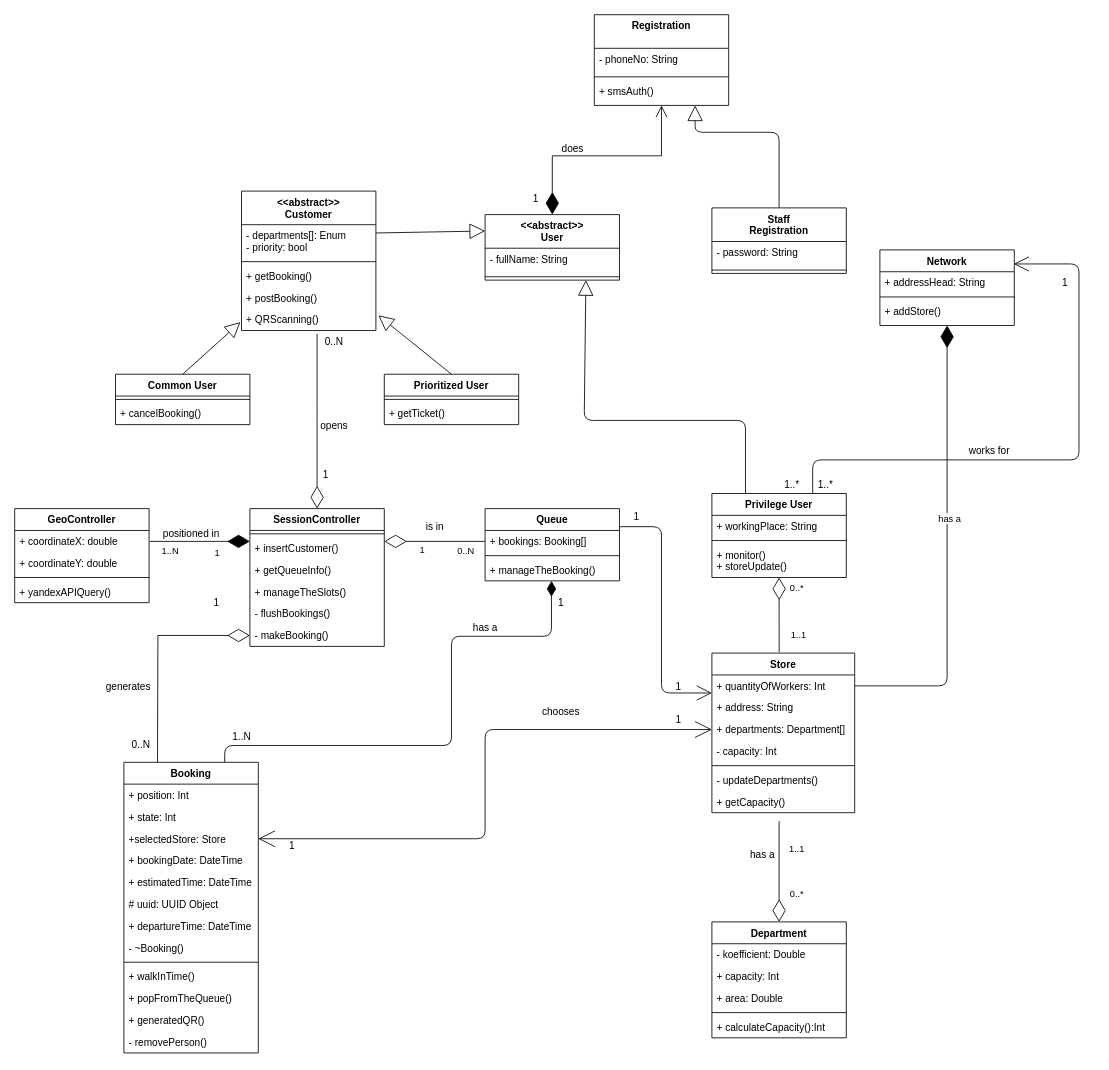
Before: R&DD/Class.drawio in serynabatov/NabatovRozovShchukhlyi, a draw.io diagram. Source tidied: cells renumbered, new cells numbered last; positions are measured from the earlier drawing's top-left corner, leaving out a move shared by most shapes. Both pictures are drawn from the tidied source at 84%, with x=0, y=0 at pixel (14, 14).
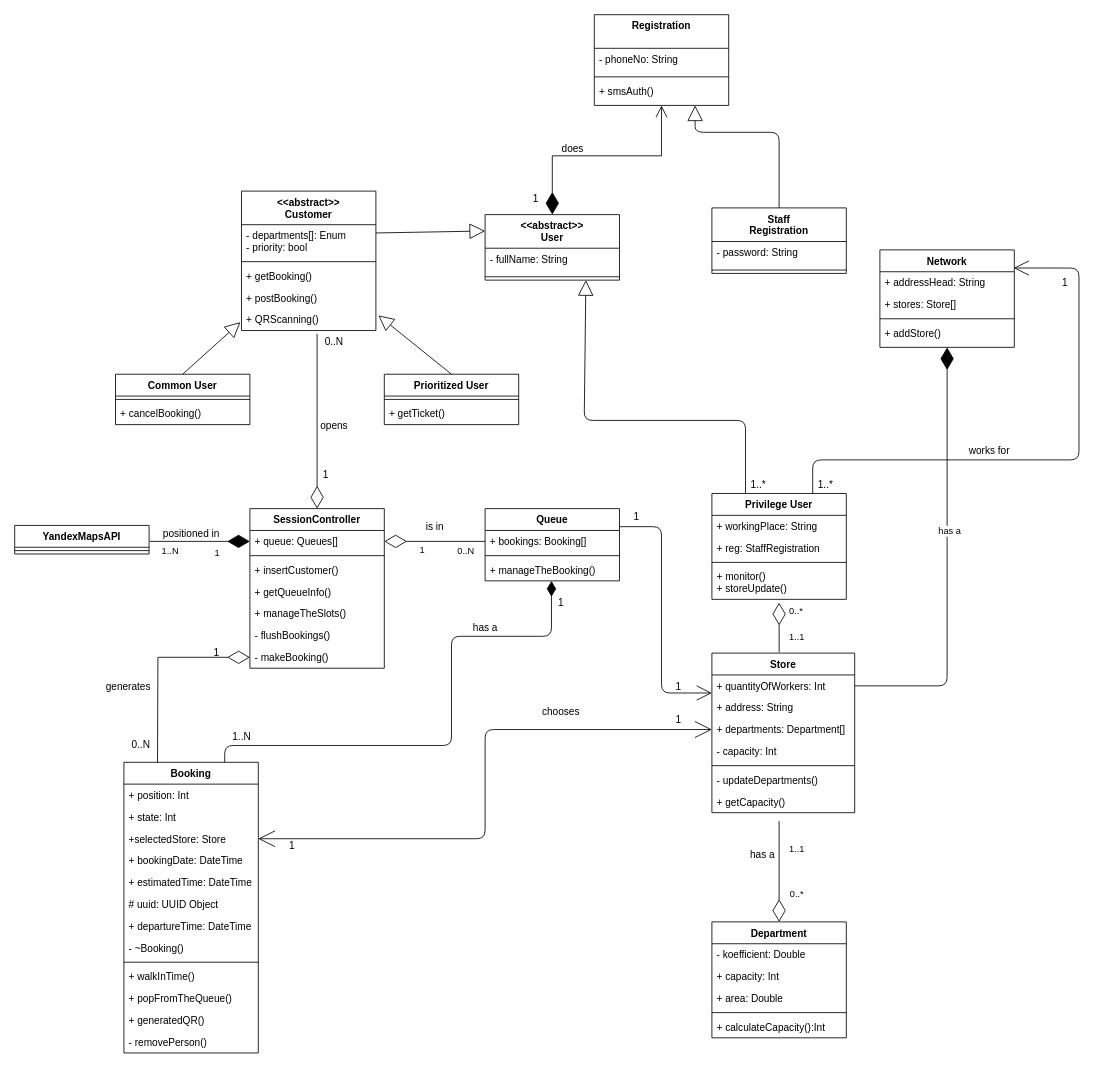
Above is the later version.

The change refers to these unchanged cells:
```xml
<mxCell id="11" value="Store" style="swimlane;fontStyle=1;align=center;verticalAlign=top;horizontal=1;startSize=26;" parent="1" vertex="1">
  <mxGeometry x="830" y="760" width="170" height="190" as="geometry" />
</mxCell>
```

Diff of the diagram source:
```diff
@@
     <mxCell id="6" style="edgeStyle=orthogonalEdgeStyle;rounded=1;jettySize=auto;html=1;exitX=0.75;exitY=0;exitDx=0;exitDy=0;entryX=0.996;entryY=0.186;entryDx=0;entryDy=0;entryPerimeter=0;startArrow=none;startFill=0;startSize=12;sourcePerimeterSpacing=1;endArrow=open;endFill=0;endSize=16;" parent="1" edge="1" source="7" target="68">
       <mxGeometry relative="1" as="geometry">
         <Array as="points">
           <mxPoint x="950" y="530" />
           <mxPoint x="1267" y="530" />
-          <mxPoint x="1267" y="297" />
+          <mxPoint x="1267" y="302" />
+          <mxPoint x="1189" y="302" />
         </Array>
       </mxGeometry>
     </mxCell>
     <mxCell id="7" value="Privilege User" style="swimlane;fontStyle=1;align=center;verticalAlign=top;horizontal=1;startSize=26;" parent="1" vertex="1">
-      <mxGeometry x="830" y="570" width="160" height="100" as="geometry" />
+      <mxGeometry x="830" y="570" width="160" height="126" as="geometry" />
     </mxCell>
@@
+    <mxCell id="125" value="+ reg: StaffRegistration" style="text;strokeColor=none;fillColor=none;align=left;verticalAlign=top;spacingLeft=4;spacingRight=4;overflow=hidden;" parent="7" vertex="1">
+      <mxGeometry y="52" width="160" height="26" as="geometry" />
+    </mxCell>
     <mxCell id="9" style="line;strokeWidth=1;fillColor=none;align=left;verticalAlign=middle;spacingTop=-1;spacingLeft=3;spacingRight=3;labelPosition=right;" parent="7" vertex="1">
-      <mxGeometry y="52" width="160" height="8" as="geometry" />
+      <mxGeometry y="78" width="160" height="8" as="geometry" />
     </mxCell>
     <mxCell id="10" value="+ monitor()&#10;+ storeUpdate()" style="text;strokeColor=none;fillColor=none;align=left;verticalAlign=top;spacingLeft=4;spacingRight=4;overflow=hidden;points=[[0,0.5],[1,0.5]];portConstraint=eastwest;" parent="7" vertex="1">
-      <mxGeometry y="60" width="160" height="40" as="geometry" />
+      <mxGeometry y="86" width="160" height="40" as="geometry" />
     </mxCell>
@@
     <mxCell id="32" value="SessionController" style="swimlane;fontStyle=1;align=center;verticalAlign=top;horizontal=1;startSize=26;" parent="1" vertex="1">
-      <mxGeometry x="280" y="588" width="160" height="164" as="geometry" />
+      <mxGeometry x="280" y="588" width="160" height="190" as="geometry" />
     </mxCell>
+    <mxCell id="126" value="+ queue: Queues[]" style="text;strokeColor=none;fillColor=none;align=left;verticalAlign=top;spacingLeft=4;spacingRight=4;overflow=hidden;" parent="32" vertex="1">
+      <mxGeometry y="26" width="160" height="26" as="geometry" />
+    </mxCell>
     <mxCell id="33" style="line;strokeWidth=1;fillColor=none;align=left;verticalAlign=middle;spacingTop=-1;spacingLeft=3;spacingRight=3;labelPosition=right;" parent="32" vertex="1">
-      <mxGeometry y="26" width="160" height="8" as="geometry" />
+      <mxGeometry y="52" width="160" height="8" as="geometry" />
     </mxCell>
     <mxCell id="34" value="+ insertCustomer()" style="text;strokeColor=none;fillColor=none;align=left;verticalAlign=top;spacingLeft=4;spacingRight=4;overflow=hidden;" parent="32" vertex="1">
-      <mxGeometry y="34" width="160" height="26" as="geometry" />
+      <mxGeometry y="60" width="160" height="26" as="geometry" />
     </mxCell>
     <mxCell id="35" value="+ getQueueInfo()" style="text;strokeColor=none;fillColor=none;align=left;verticalAlign=top;spacingLeft=4;spacingRight=4;overflow=hidden;" parent="32" vertex="1">
-      <mxGeometry y="60" width="160" height="26" as="geometry" />
+      <mxGeometry y="86" width="160" height="26" as="geometry" />
     </mxCell>
     <mxCell id="36" value="+ manageTheSlots()" style="text;strokeColor=none;fillColor=none;align=left;verticalAlign=top;spacingLeft=4;spacingRight=4;overflow=hidden;" parent="32" vertex="1">
-      <mxGeometry y="86" width="160" height="26" as="geometry" />
+      <mxGeometry y="112" width="160" height="26" as="geometry" />
     </mxCell>
     <mxCell id="37" value="- flushBookings()" style="text;strokeColor=none;fillColor=none;align=left;verticalAlign=top;spacingLeft=4;spacingRight=4;overflow=hidden;" parent="32" vertex="1">
-      <mxGeometry y="112" width="160" height="26" as="geometry" />
+      <mxGeometry y="138" width="160" height="26" as="geometry" />
     </mxCell>
     <mxCell id="38" value="- makeBooking()" style="text;strokeColor=none;fillColor=none;align=left;verticalAlign=top;spacingLeft=4;spacingRight=4;overflow=hidden;points=[[0,0.5],[1,0.5]];portConstraint=eastwest;" parent="32" vertex="1">
-      <mxGeometry y="138" width="160" height="26" as="geometry" />
+      <mxGeometry y="164" width="160" height="26" as="geometry" />
     </mxCell>
-    <mxCell id="39" value="GeoController" style="swimlane;fontStyle=1;align=center;verticalAlign=top;horizontal=1;startSize=26;" parent="1" vertex="1">
-      <mxGeometry y="588" width="160" height="112" as="geometry" />
+    <mxCell id="39" value="YandexMapsAPI" style="swimlane;fontStyle=1;align=center;verticalAlign=top;horizontal=1;startSize=26;" parent="1" vertex="1">
+      <mxGeometry y="608" width="160" height="34" as="geometry" />
     </mxCell>
-    <mxCell id="40" value="+ coordinateX: double" style="text;strokeColor=none;fillColor=none;align=left;verticalAlign=top;spacingLeft=4;spacingRight=4;overflow=hidden;" parent="39" vertex="1">
-      <mxGeometry y="26" width="160" height="26" as="geometry" />
-    </mxCell>
-    <mxCell id="41" value="+ coordinateY: double" style="text;strokeColor=none;fillColor=none;align=left;verticalAlign=top;spacingLeft=4;spacingRight=4;overflow=hidden;" parent="39" vertex="1">
-      <mxGeometry y="52" width="160" height="26" as="geometry" />
-    </mxCell>
     <mxCell id="42" style="line;strokeWidth=1;fillColor=none;align=left;verticalAlign=middle;spacingTop=-1;spacingLeft=3;spacingRight=3;labelPosition=right;" parent="39" vertex="1">
-      <mxGeometry y="78" width="160" height="8" as="geometry" />
+      <mxGeometry y="26" width="160" height="8" as="geometry" />
     </mxCell>
-    <mxCell id="43" value="+ yandexAPIQuery()" style="text;strokeColor=none;fillColor=none;align=left;verticalAlign=top;spacingLeft=4;spacingRight=4;overflow=hidden;" parent="39" vertex="1">
-      <mxGeometry y="86" width="160" height="26" as="geometry" />
-    </mxCell>
@@
-    <mxCell id="56" style="endArrow=diamondThin;endFill=0;endSize=24;html=1;exitX=0.471;exitY=-0.005;exitDx=0;exitDy=0;exitPerimeter=0;" parent="1" edge="1" source="11">
-      <mxGeometry relative="1" as="geometry">
-        <mxPoint x="910" y="670" as="targetPoint" />
-      </mxGeometry>
+    <mxCell id="56" style="endArrow=diamondThin;endFill=0;endSize=24;html=1;exitX=0.471;exitY=-0.005;exitDx=0;exitDy=0;exitPerimeter=0;entryX=0.5;entryY=1.1;entryDx=0;entryDy=0;entryPerimeter=0;" parent="1" edge="1" source="11" target="10">
+      <mxGeometry relative="1" as="geometry" />
     </mxCell>
     <mxCell id="57" value="0..*" style="edgeLabel;html=1;align=center;verticalAlign=middle;" parent="56" vertex="1">
       <mxGeometry x="-0.77" y="3" relative="1" as="geometry">
-        <mxPoint x="23.5" y="-66.7" as="offset" />
+        <mxPoint x="22.9" y="-42.4" as="offset" />
       </mxGeometry>
     </mxCell>
     <mxCell id="58" value="1..1" style="edgeLabel;html=1;align=center;verticalAlign=middle;" parent="56" vertex="1">
       <mxGeometry x="0.4" relative="1" as="geometry">
-        <mxPoint x="22.8" y="41.9" as="offset" />
+        <mxPoint x="20" y="22.6" as="offset" />
       </mxGeometry>
     </mxCell>
@@
     <mxCell id="68" value="Network" style="swimlane;fontStyle=1;align=center;verticalAlign=top;horizontal=1;startSize=26;" parent="1" vertex="1">
-      <mxGeometry x="1030" y="280" width="160" height="90" as="geometry" />
+      <mxGeometry x="1030" y="280" width="160" height="116" as="geometry" />
     </mxCell>
@@
+    <mxCell id="127" value="+ stores: Store[]" style="text;strokeColor=none;fillColor=none;align=left;verticalAlign=top;spacingLeft=4;spacingRight=4;overflow=hidden;" parent="68" vertex="1">
+      <mxGeometry y="52" width="160" height="26" as="geometry" />
+    </mxCell>
     <mxCell id="70" style="line;strokeWidth=1;fillColor=none;align=left;verticalAlign=middle;spacingTop=-1;spacingLeft=3;spacingRight=3;labelPosition=right;" parent="68" vertex="1">
-      <mxGeometry y="52" width="160" height="8" as="geometry" />
+      <mxGeometry y="78" width="160" height="8" as="geometry" />
     </mxCell>
     <mxCell id="71" value="+ addStore()&#10;" style="text;strokeColor=none;fillColor=none;align=left;verticalAlign=top;spacingLeft=4;spacingRight=4;overflow=hidden;" parent="68" vertex="1">
-      <mxGeometry y="60" width="160" height="30" as="geometry" />
+      <mxGeometry y="86" width="160" height="30" as="geometry" />
     </mxCell>
@@
     <mxCell id="80" value="1..*" style="text;html=1;align=center;verticalAlign=middle;" parent="1" vertex="1">
-      <mxGeometry x="910" y="550" width="30" height="20" as="geometry" />
+      <mxGeometry x="870" y="550" width="30" height="20" as="geometry" />
     </mxCell>
@@
     <mxCell id="119" value="1" style="text;html=1;align=center;verticalAlign=middle;" parent="1" vertex="1">
-      <mxGeometry x="230" y="690" width="20" height="20" as="geometry" />
+      <mxGeometry x="230" y="750" width="20" height="20" as="geometry" />
     </mxCell>
```
